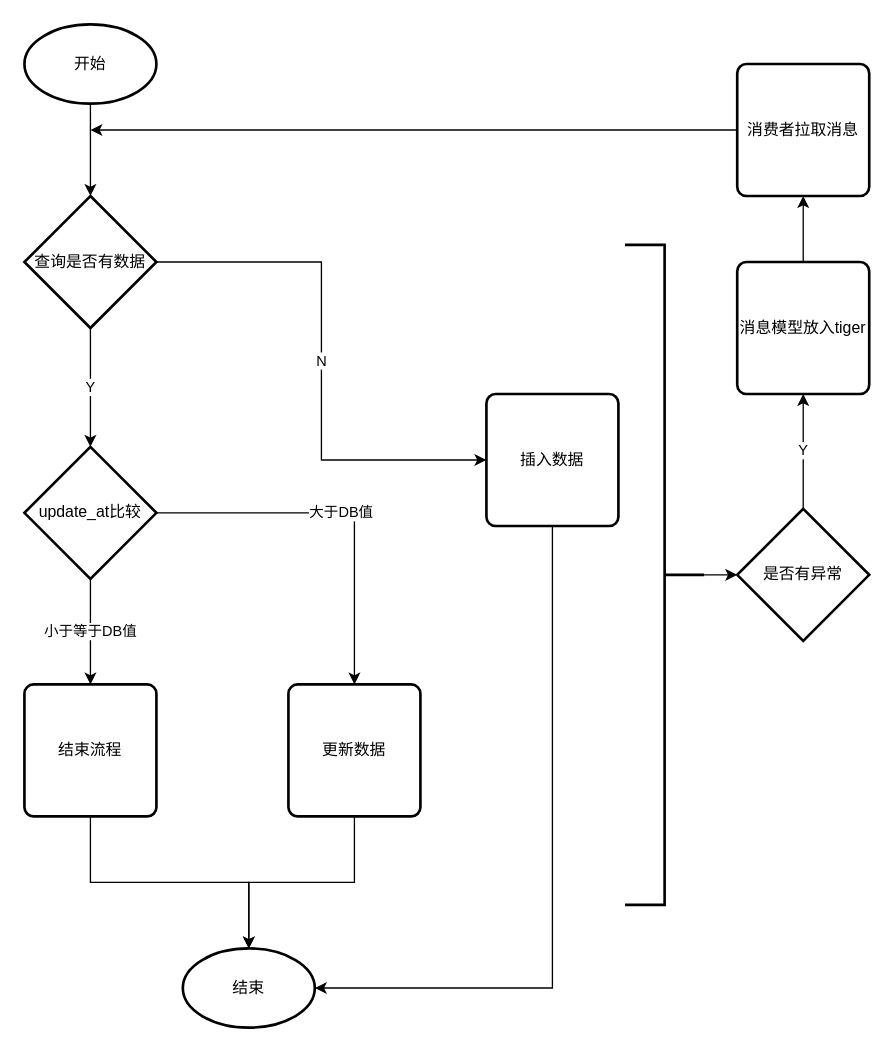
Kang-Shawn/Kang-Shawn.github.io keeps this draw.io diagram as page "uid_DTS" (6 of 8) of Untitled Diagram.drawio. Above is the earlier version. Source tidied: cells renumbered, new cells numbered last; positions are measured from the earlier drawing's top-left corner, leaving out a move shared by most shapes. Both pictures are drawn from the tidied source at 132%, with x=0, y=0 at pixel (24, 24).
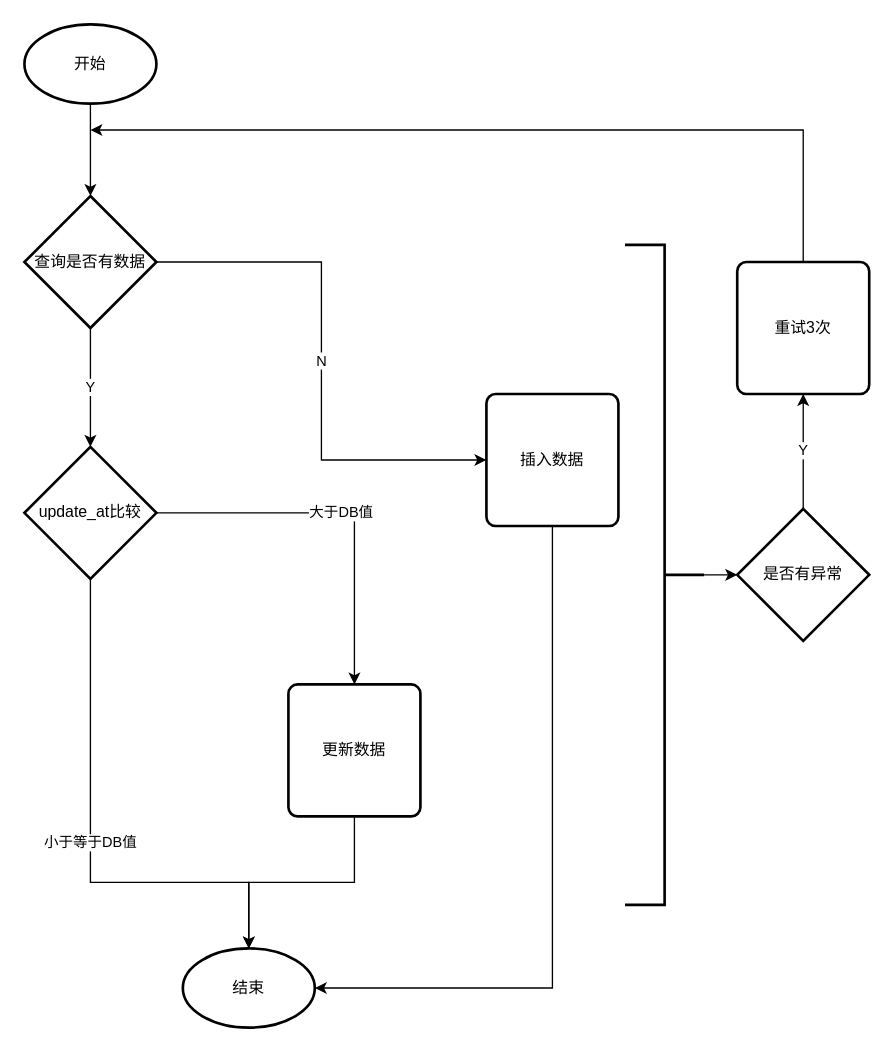
The same page after the edit.

Unchanged cells that the change refers to:
```xml
<mxCell id="9" value="结束" style="strokeWidth=2;html=1;shape=mxgraph.flowchart.start_1;whiteSpace=wrap;" parent="1" vertex="1">
  <mxGeometry x="120" y="700" width="100" height="60" as="geometry" />
</mxCell>
<mxCell id="12" value="update_at比较" style="strokeWidth=2;html=1;shape=mxgraph.flowchart.decision;whiteSpace=wrap;" parent="1" vertex="1">
  <mxGeometry y="320" width="100" height="100" as="geometry" />
</mxCell>
```

Diff of the diagram source:
```diff
@@
-    <mxCell id="11" value="小于等于DB值" style="edgeStyle=orthogonalEdgeStyle;rounded=0;jettySize=auto;html=1;entryX=0.5;entryY=0;entryDx=0;entryDy=0;" parent="1" edge="1" source="12" target="16">
-      <mxGeometry relative="1" as="geometry" />
+    <mxCell id="11" value="小于等于DB值" style="edgeStyle=orthogonalEdgeStyle;rounded=0;jettySize=auto;html=1;" parent="1" edge="1" source="12">
+      <mxGeometry relative="1" as="geometry">
+        <mxPoint x="170" y="700" as="targetPoint" />
+        <Array as="points">
+          <mxPoint x="50" y="650" />
+          <mxPoint x="170" y="650" />
+        </Array>
+      </mxGeometry>
     </mxCell>
@@
-    <mxCell id="15" style="edgeStyle=orthogonalEdgeStyle;rounded=0;jettySize=auto;html=1;entryX=0.5;entryY=0;entryDx=0;entryDy=0;entryPerimeter=0;" parent="1" edge="1" source="16" target="9">
-      <mxGeometry relative="1" as="geometry">
-        <Array as="points">
-          <mxPoint x="50" y="650" />
-          <mxPoint x="170" y="650" />
-        </Array>
-      </mxGeometry>
-    </mxCell>
-    <mxCell id="16" value="结束流程" style="rounded=1;whiteSpace=wrap;html=1;absoluteArcSize=1;arcSize=14;strokeWidth=2;" parent="1" vertex="1">
-      <mxGeometry y="500" width="100" height="100" as="geometry" />
-    </mxCell>
@@
-    <mxCell id="21" style="edgeStyle=orthogonalEdgeStyle;rounded=0;jettySize=auto;html=1;entryX=0.5;entryY=1;entryDx=0;entryDy=0;" parent="1" edge="1" source="22" target="24">
-      <mxGeometry relative="1" as="geometry" />
+    <mxCell id="21" style="edgeStyle=orthogonalEdgeStyle;rounded=0;jettySize=auto;html=1;" parent="1" edge="1" source="22">
+      <mxGeometry relative="1" as="geometry">
+        <mxPoint x="50" y="80" as="targetPoint" />
+        <Array as="points">
+          <mxPoint x="590" y="80" />
+        </Array>
+      </mxGeometry>
     </mxCell>
-    <mxCell id="22" value="消息模型放入tiger" style="rounded=1;whiteSpace=wrap;html=1;absoluteArcSize=1;arcSize=14;strokeWidth=2;" parent="1" vertex="1">
+    <mxCell id="22" value="重试3次" style="rounded=1;whiteSpace=wrap;html=1;absoluteArcSize=1;arcSize=14;strokeWidth=2;" parent="1" vertex="1">
       <mxGeometry x="540" y="180" width="100" height="100" as="geometry" />
     </mxCell>
-    <mxCell id="23" style="edgeStyle=orthogonalEdgeStyle;rounded=0;jettySize=auto;html=1;" parent="1" edge="1" source="24">
-      <mxGeometry relative="1" as="geometry">
-        <mxPoint x="50" y="80" as="targetPoint" />
-      </mxGeometry>
-    </mxCell>
-    <mxCell id="24" value="消费者拉取消息" style="rounded=1;whiteSpace=wrap;html=1;absoluteArcSize=1;arcSize=14;strokeWidth=2;" parent="1" vertex="1">
-      <mxGeometry x="540" y="30" width="100" height="100" as="geometry" />
-    </mxCell>
```
